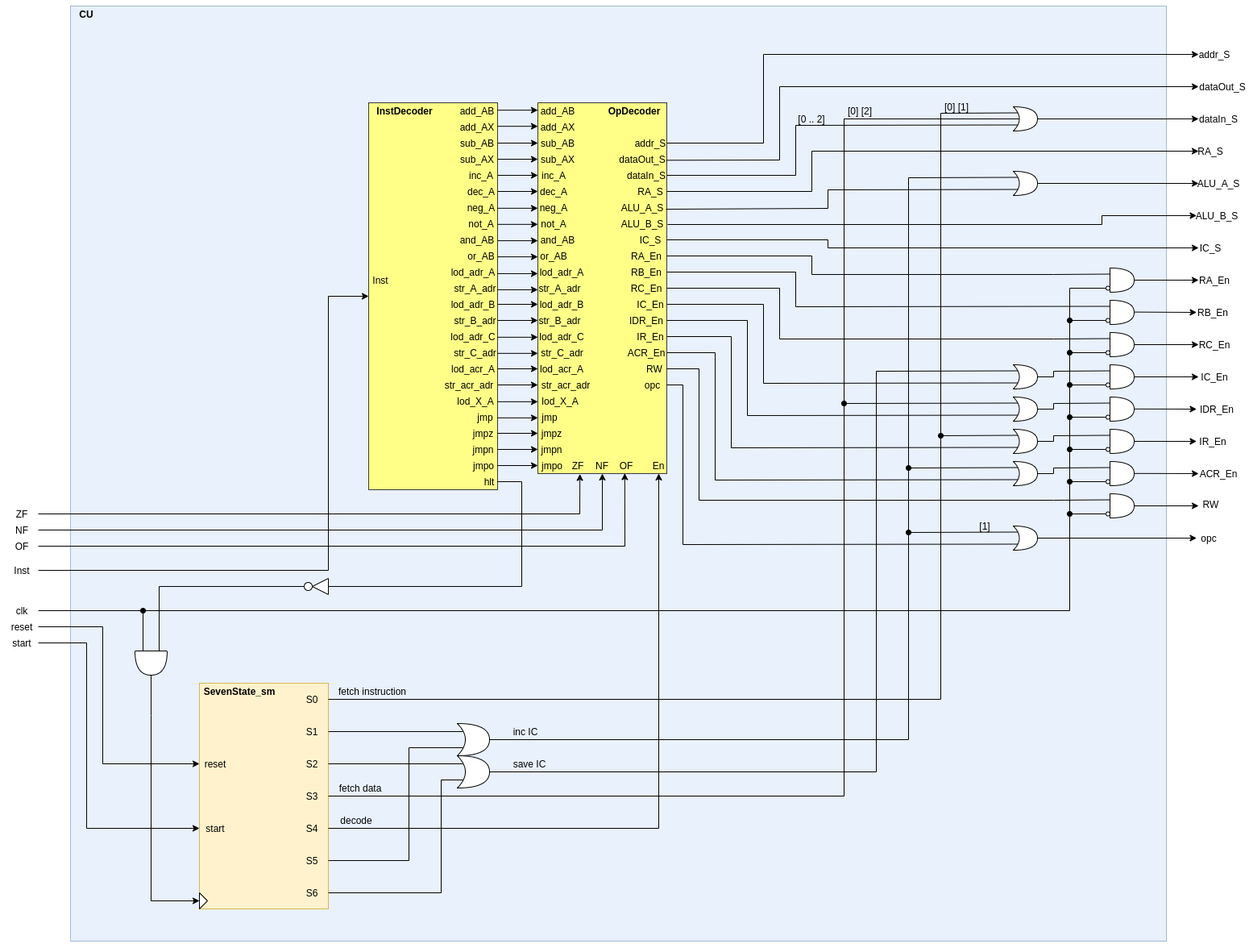
This is other/CU.png from dma-neves/dcpu, a draw.io export, as it was before one commit. Source tidied: cells renumbered, new cells last; positions are measured from the earlier drawing's top-left corner, leaving out a move shared by most shapes.
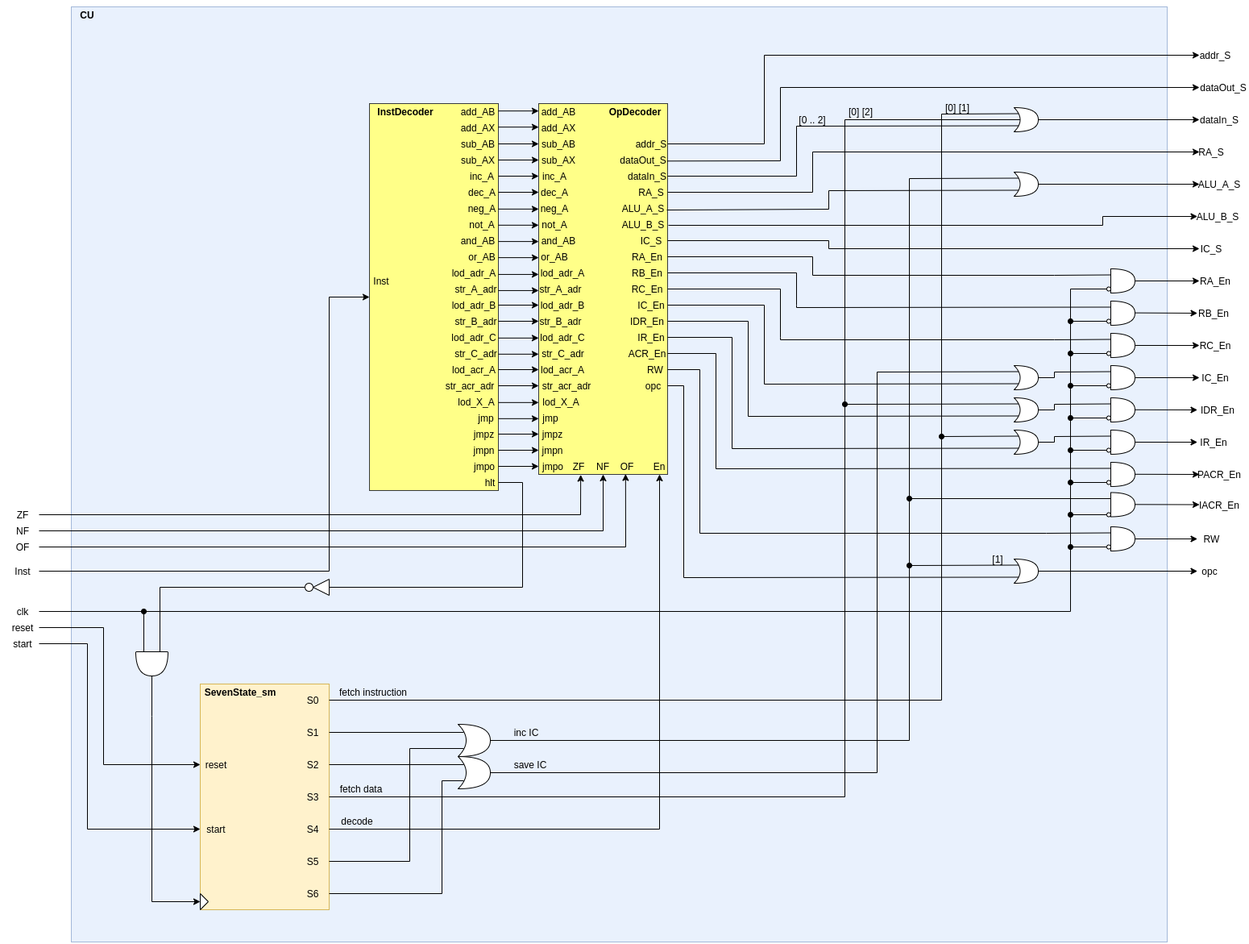
The same file after the commit.

Diff of the diagram source:
```diff
@@ -310,14 +310,14 @@
     <mxCell id="98" value="IR_En" style="text;html=1;strokeColor=none;fillColor=none;align=center;verticalAlign=middle;whiteSpace=wrap;rounded=0;" parent="1" vertex="1">
       <mxGeometry x="1477.5" y="530" width="40" height="20" as="geometry" />
     </mxCell>
-    <mxCell id="99" value="ACR_En" style="text;html=1;strokeColor=none;fillColor=none;align=center;verticalAlign=middle;whiteSpace=wrap;rounded=0;" parent="1" vertex="1">
+    <mxCell id="99" value="PACR_En" style="text;html=1;strokeColor=none;fillColor=none;align=center;verticalAlign=middle;whiteSpace=wrap;rounded=0;" parent="1" vertex="1">
       <mxGeometry x="1480" y="570" width="50" height="20" as="geometry" />
     </mxCell>
     <mxCell id="100" value="opc" style="text;html=1;strokeColor=none;fillColor=none;align=center;verticalAlign=middle;whiteSpace=wrap;rounded=0;" parent="1" vertex="1">
-      <mxGeometry x="1477.5" y="650" width="30" height="20" as="geometry" />
+      <mxGeometry x="1477.5" y="690" width="30" height="20" as="geometry" />
     </mxCell>
     <mxCell id="101" value="RW" style="text;html=1;strokeColor=none;fillColor=none;align=center;verticalAlign=middle;whiteSpace=wrap;rounded=0;" parent="1" vertex="1">
-      <mxGeometry x="1477.5" y="607.5" width="35" height="20" as="geometry" />
+      <mxGeometry x="1477.5" y="650" width="35" height="20" as="geometry" />
     </mxCell>
     <mxCell id="102" style="shape=or;whiteSpace=wrap;html=1;" parent="1" vertex="1">
       <mxGeometry x="1370" y="325" width="30" height="30" as="geometry" />
@@ -356,10 +356,10 @@
       <mxGeometry x="1365" y="587.5" width="5" height="5" as="geometry" />
     </mxCell>
     <mxCell id="114" style="shape=or;whiteSpace=wrap;html=1;" parent="1" vertex="1">
-      <mxGeometry x="1370" y="605" width="30" height="30" as="geometry" />
+      <mxGeometry x="1370" y="645" width="30" height="30" as="geometry" />
     </mxCell>
     <mxCell id="115" style="ellipse;whiteSpace=wrap;html=1;" parent="1" vertex="1">
-      <mxGeometry x="1365" y="627.5" width="5" height="5" as="geometry" />
+      <mxGeometry x="1365" y="667.5" width="5" height="5" as="geometry" />
     </mxCell>
     <mxCell id="116" style="endArrow=classic;html=1;exitX=1;exitY=0.5;exitDx=0;exitDy=0;exitPerimeter=0;entryX=0;entryY=0.5;entryDx=0;entryDy=0;" parent="1" edge="1" source="102" target="93">
       <mxGeometry relative="1" as="geometry" />
@@ -389,11 +389,8 @@
         <mxPoint x="1400" y="579.8" as="sourcePoint" />
       </mxGeometry>
     </mxCell>
-    <mxCell id="122" style="endArrow=classic;html=1;exitX=1;exitY=0.5;exitDx=0;exitDy=0;exitPerimeter=0;" parent="1" edge="1">
-      <mxGeometry relative="1" as="geometry">
-        <mxPoint x="1400" y="620" as="sourcePoint" />
-        <mxPoint x="1480" y="620" as="targetPoint" />
-      </mxGeometry>
+    <mxCell id="122" style="endArrow=classic;html=1;exitX=1;exitY=0.5;exitDx=0;exitDy=0;exitPerimeter=0;entryX=0;entryY=0.5;entryDx=0;entryDy=0;" parent="1" edge="1" source="114" target="101">
+      <mxGeometry relative="1" as="geometry" />
     </mxCell>
     <mxCell id="123" style="endArrow=none;html=1;entryX=0;entryY=0.5;entryDx=0;entryDy=0;startArrow=oval;startFill=1;rounded=0;" parent="1" edge="1" target="103">
       <mxGeometry relative="1" as="geometry">
@@ -442,7 +439,7 @@
     </mxCell>
     <mxCell id="132" style="endArrow=none;html=1;entryX=0;entryY=0.5;entryDx=0;entryDy=0;startArrow=oval;startFill=1;" parent="1" edge="1" target="115">
       <mxGeometry relative="1" as="geometry">
-        <mxPoint x="1320" y="630" as="sourcePoint" />
+        <mxPoint x="1320" y="670" as="sourcePoint" />
       </mxGeometry>
     </mxCell>
     <mxCell id="133" style="shape=xor;whiteSpace=wrap;html=1;" parent="1" vertex="1">
@@ -460,11 +457,8 @@
     <mxCell id="137" style="shape=xor;whiteSpace=wrap;html=1;" parent="1" vertex="1">
       <mxGeometry x="1250" y="525" width="30" height="30" as="geometry" />
     </mxCell>
-    <mxCell id="138" style="shape=xor;whiteSpace=wrap;html=1;" parent="1" vertex="1">
-      <mxGeometry x="1250" y="565" width="30" height="30" as="geometry" />
-    </mxCell>
     <mxCell id="139" style="shape=xor;whiteSpace=wrap;html=1;" parent="1" vertex="1">
-      <mxGeometry x="1250" y="645" width="30" height="30" as="geometry" />
+      <mxGeometry x="1250" y="685" width="30" height="30" as="geometry" />
     </mxCell>
     <mxCell id="140" style="endArrow=classic;html=1;exitX=1;exitY=0.5;exitDx=0;exitDy=0;exitPerimeter=0;entryX=0;entryY=0.5;entryDx=0;entryDy=0;" parent="1" edge="1" source="139" target="100">
       <mxGeometry relative="1" as="geometry" />
@@ -473,19 +467,11 @@
       <mxGeometry relative="1" as="geometry">
         <Array as="points">
           <mxPoint x="860" y="450" />
-          <mxPoint x="860" y="613" />
-          <mxPoint x="1300" y="613" />
+          <mxPoint x="860" y="653" />
+          <mxPoint x="1290" y="653" />
         </Array>
       </mxGeometry>
     </mxCell>
-    <mxCell id="142" style="endArrow=none;html=1;exitX=1;exitY=0.5;exitDx=0;exitDy=0;exitPerimeter=0;entryX=0;entryY=0.25;entryDx=0;entryDy=0;entryPerimeter=0;rounded=0;endFill=0;" parent="1" edge="1" source="138" target="112">
-      <mxGeometry relative="1" as="geometry">
-        <Array as="points">
-          <mxPoint x="1300" y="580" />
-          <mxPoint x="1300" y="573" />
-        </Array>
-      </mxGeometry>
-    </mxCell>
     <mxCell id="143" style="endArrow=none;html=1;exitX=1;exitY=0.5;exitDx=0;exitDy=0;exitPerimeter=0;entryX=0;entryY=0.25;entryDx=0;entryDy=0;entryPerimeter=0;rounded=0;endFill=0;" parent="1" edge="1">
       <mxGeometry relative="1" as="geometry">
         <mxPoint x="1280" y="540" as="sourcePoint" />
@@ -711,18 +697,13 @@
       </mxGeometry>
     </mxCell>
     <mxCell id="182" value="[1]" style="text;html=1;strokeColor=none;fillColor=none;align=center;verticalAlign=middle;whiteSpace=wrap;rounded=0;" parent="1" vertex="1">
-      <mxGeometry x="1195" y="635" width="40" height="20" as="geometry" />
+      <mxGeometry x="1210" y="675" width="40" height="20" as="geometry" />
     </mxCell>
     <mxCell id="183" style="endArrow=none;html=1;entryX=0.175;entryY=0.25;entryDx=0;entryDy=0;entryPerimeter=0;startArrow=oval;startFill=1;" parent="1" edge="1" target="139">
       <mxGeometry relative="1" as="geometry">
-        <mxPoint x="1120" y="653" as="sourcePoint" />
+        <mxPoint x="1120" y="693" as="sourcePoint" />
       </mxGeometry>
     </mxCell>
-    <mxCell id="184" style="endArrow=none;html=1;entryX=0.175;entryY=0.25;entryDx=0;entryDy=0;entryPerimeter=0;startArrow=oval;startFill=1;" parent="1" edge="1" target="138">
-      <mxGeometry relative="1" as="geometry">
-        <mxPoint x="1120" y="573" as="sourcePoint" />
-      </mxGeometry>
-    </mxCell>
     <mxCell id="185" value="[0] [2]" style="text;html=1;strokeColor=none;fillColor=none;align=center;verticalAlign=middle;whiteSpace=wrap;rounded=0;" parent="1" vertex="1">
       <mxGeometry x="1040" y="120" width="40" height="20" as="geometry" />
     </mxCell>
@@ -903,11 +884,11 @@
         </Array>
       </mxGeometry>
     </mxCell>
-    <mxCell id="214" style="endArrow=none;html=1;entryX=0.175;entryY=0.75;entryDx=0;entryDy=0;entryPerimeter=0;exitX=1;exitY=0.5;exitDx=0;exitDy=0;rounded=0;" parent="1" edge="1" source="84" target="138">
+    <mxCell id="214" style="endArrow=none;html=1;entryX=0;entryY=0.25;entryDx=0;entryDy=0;entryPerimeter=0;exitX=1;exitY=0.5;exitDx=0;exitDy=0;rounded=0;" parent="1" edge="1" source="84" target="112">
       <mxGeometry relative="1" as="geometry">
         <Array as="points">
           <mxPoint x="880" y="430" />
-          <mxPoint x="880" y="588" />
+          <mxPoint x="880" y="573" />
         </Array>
       </mxGeometry>
     </mxCell>
@@ -915,7 +896,7 @@
       <mxGeometry relative="1" as="geometry">
         <Array as="points">
           <mxPoint x="840" y="470" />
-          <mxPoint x="840" y="668" />
+          <mxPoint x="840" y="708" />
         </Array>
       </mxGeometry>
     </mxCell>
@@ -1004,5 +985,29 @@
         </Array>
       </mxGeometry>
     </mxCell>
+    <mxCell id="233" style="shape=or;whiteSpace=wrap;html=1;" parent="1" vertex="1">
+      <mxGeometry x="1370" y="602.5" width="30" height="30" as="geometry" />
+    </mxCell>
+    <mxCell id="234" style="ellipse;whiteSpace=wrap;html=1;" parent="1" vertex="1">
+      <mxGeometry x="1365" y="627.5" width="5" height="5" as="geometry" />
+    </mxCell>
+    <mxCell id="235" style="endArrow=none;html=1;entryX=0;entryY=0.5;entryDx=0;entryDy=0;startArrow=oval;startFill=1;" parent="1" edge="1" target="234">
+      <mxGeometry relative="1" as="geometry">
+        <mxPoint x="1320" y="630" as="sourcePoint" />
+      </mxGeometry>
+    </mxCell>
+    <mxCell id="236" style="endArrow=none;html=1;entryX=0;entryY=0.25;entryDx=0;entryDy=0;entryPerimeter=0;startArrow=oval;startFill=1;" parent="1" edge="1" target="233">
+      <mxGeometry relative="1" as="geometry">
+        <mxPoint x="1120" y="610" as="sourcePoint" />
+      </mxGeometry>
+    </mxCell>
+    <mxCell id="237" value="IACR_En" style="text;html=1;strokeColor=none;fillColor=none;align=center;verticalAlign=middle;whiteSpace=wrap;rounded=0;" parent="1" vertex="1">
+      <mxGeometry x="1480" y="607.5" width="50" height="20" as="geometry" />
+    </mxCell>
+    <mxCell id="238" style="endArrow=classic;html=1;exitX=1;exitY=0.5;exitDx=0;exitDy=0;exitPerimeter=0;entryX=0;entryY=0.5;entryDx=0;entryDy=0;" parent="1" edge="1" target="237">
+      <mxGeometry relative="1" as="geometry">
+        <mxPoint x="1400" y="617.3" as="sourcePoint" />
+      </mxGeometry>
+    </mxCell>
   </root>
 </mxGraphModel>
```
